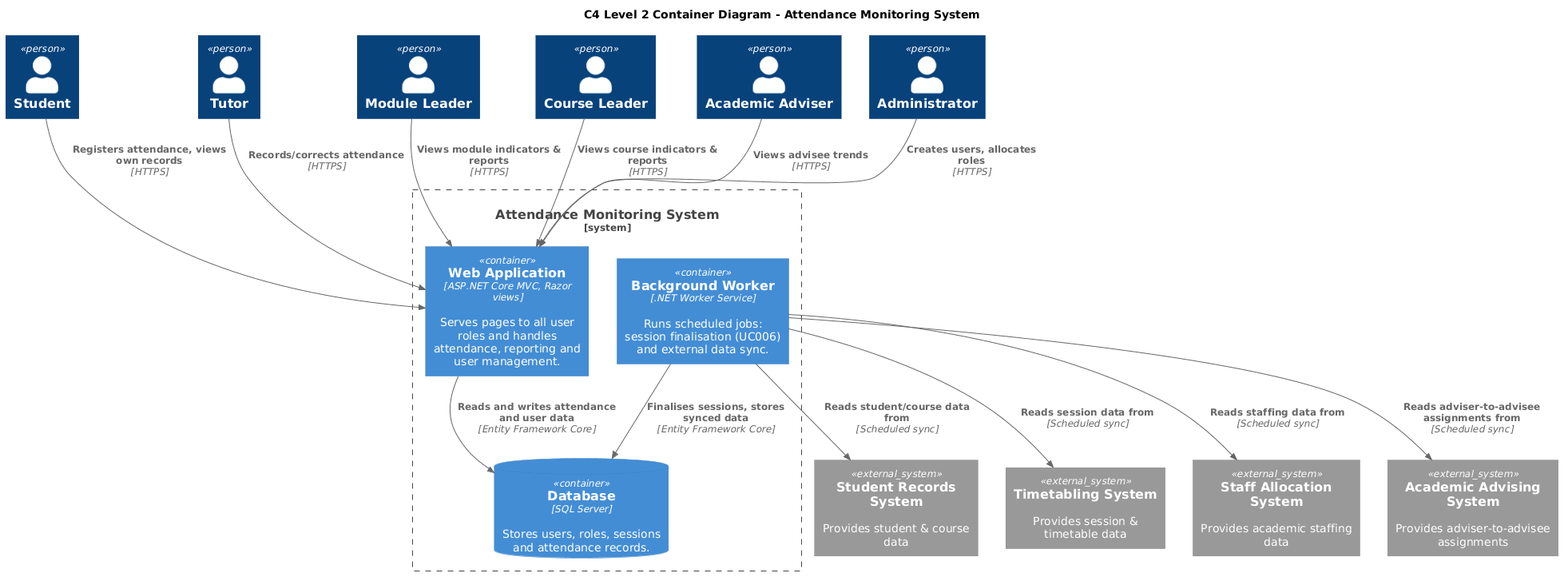
Above: out/diagrams/c4-level2-diagram/AttendanceMonitoringSystemC4L2.png in Shelly855/attendance-monitoring-copy (PlantUML), before the change.
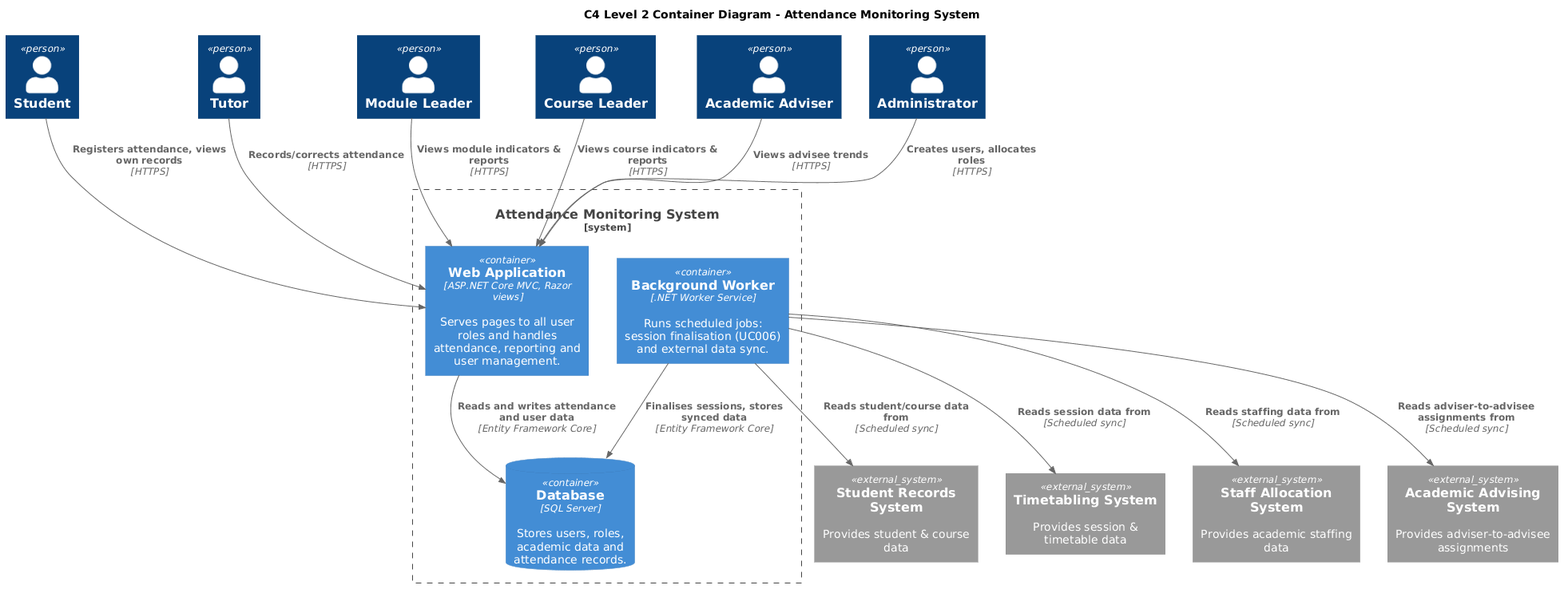
Later version of the same file.

Change to the diagram source:
```diff
@@ -12,7 +12,7 @@
 System_Boundary(ams, "Attendance Monitoring System") {
     Container(web, "Web Application", "ASP.NET Core MVC, Razor views", "Serves pages to all user roles and handles attendance, reporting and user management.")
     Container(worker, "Background Worker", ".NET Worker Service", "Runs scheduled jobs: session finalisation (UC006) and external data sync.")
-    ContainerDb(db, "Database", "SQL Server", "Stores users, roles, sessions and attendance records.")
+    ContainerDb(db, "Database", "SQL Server", "Stores users, roles, academic data and attendance records.")
 }
 
 System_Ext(studentRecords, "Student Records System", "Provides student & course data")
```
